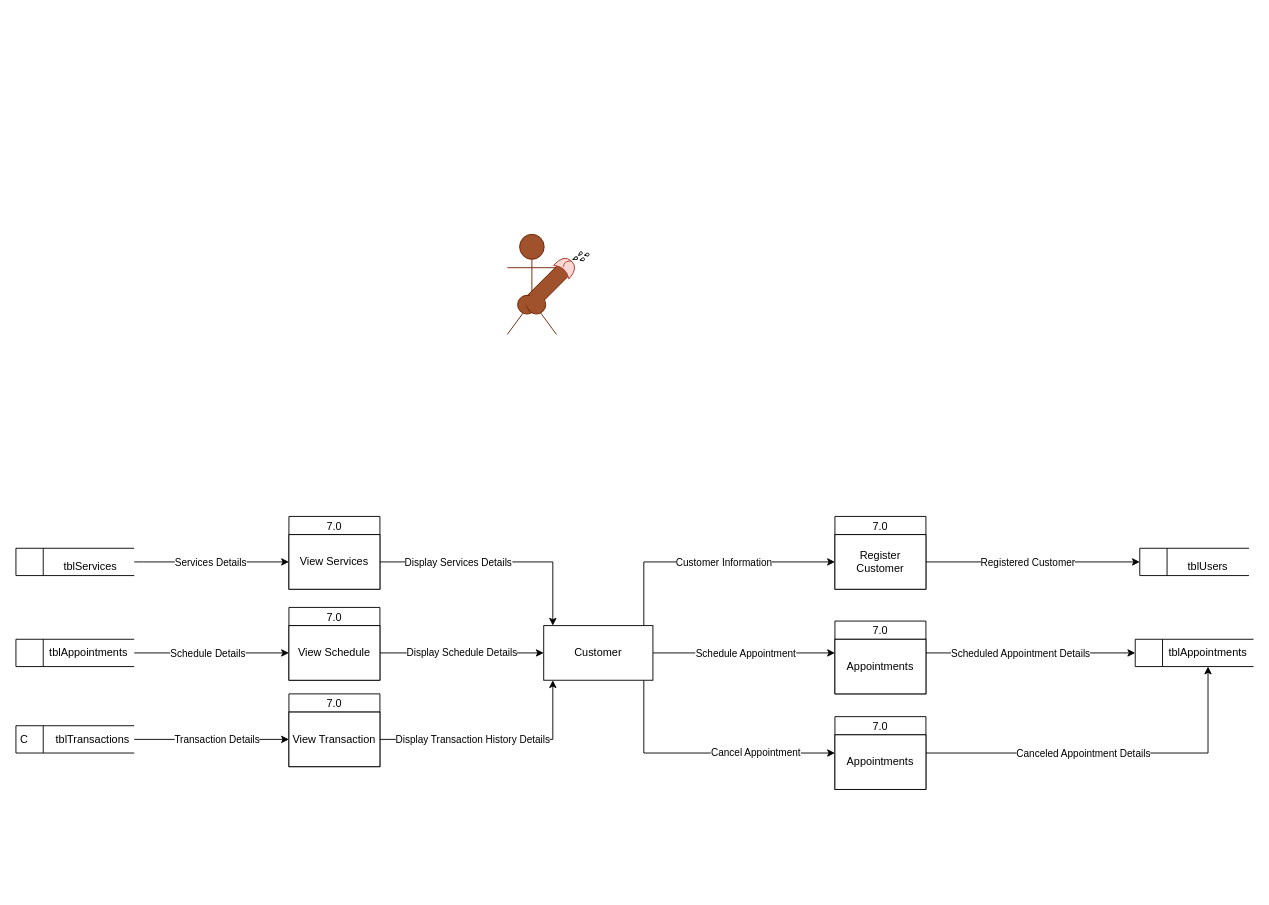
Before: page "Customer" (4 of 5) of Diagrams/Data flow.drawio in iampotato16/AppointCut, a draw.io diagram. Source tidied: cells renumbered, new cells numbered last; positions are measured from the earlier drawing's top-left corner, leaving out a move shared by most shapes. Both pictures are drawn from the tidied source at 91%, with x=0, y=0 at pixel (15, 234).
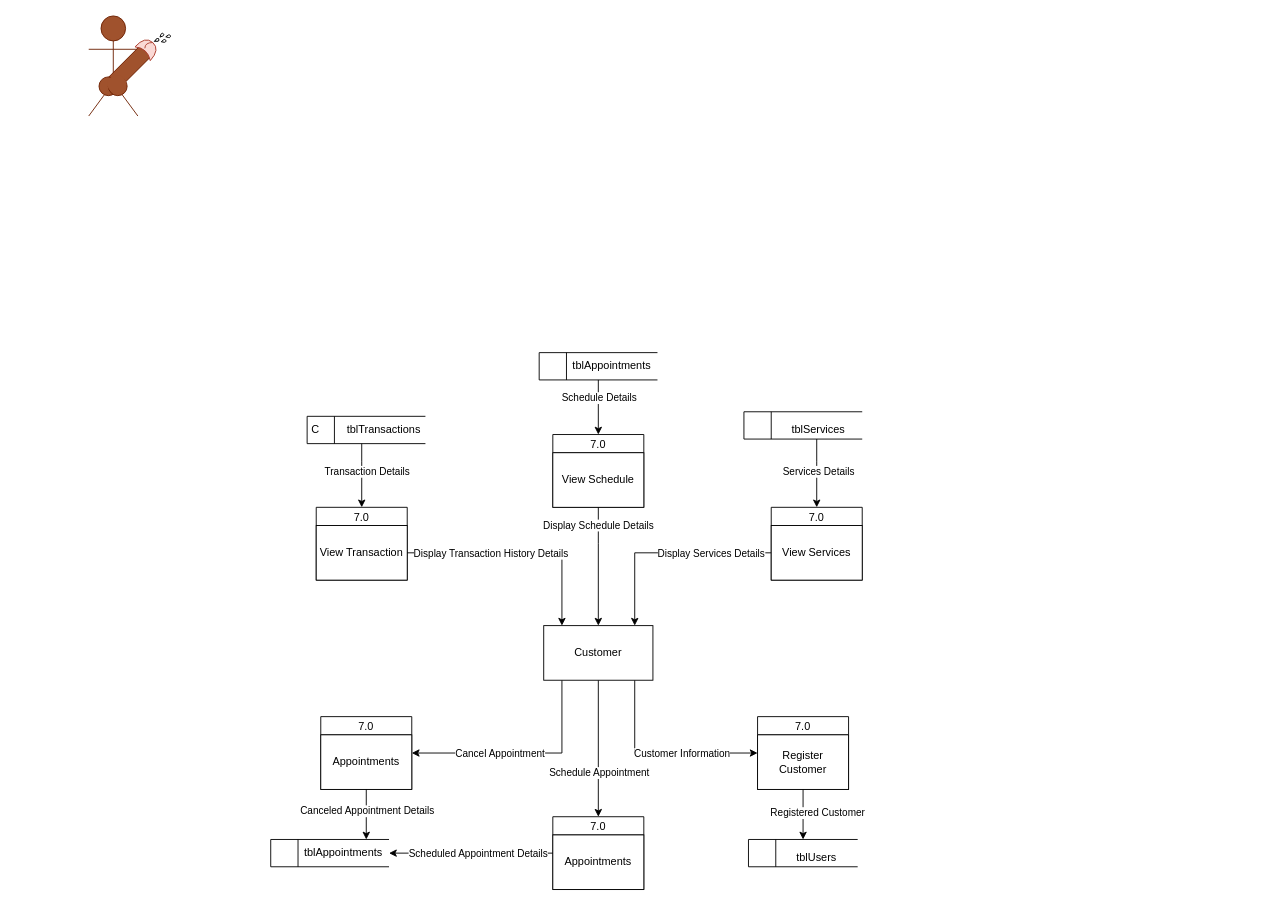
Above is the later version.

The change refers to these unchanged cells:
```xml
<mxCell id="21" value="&lt;div&gt;Customer&lt;/div&gt;" style="rounded=0;whiteSpace=wrap;html=1;" parent="1" vertex="1">
  <mxGeometry x="580" y="430" width="120" height="60" as="geometry" />
</mxCell>
<mxCell id="43" value="tblAppointments" style="text;html=1;strokeColor=none;fillColor=none;align=center;verticalAlign=middle;whiteSpace=wrap;rounded=0;sketch=0;" parent="41" vertex="1">
  <mxGeometry x="30" width="100" height="30" as="geometry" />
</mxCell>
<mxCell id="49" style="html=1;dashed=0;whitespace=wrap;shape=mxgraph.dfd.dataStoreID;align=left;spacingLeft=3;points=[[0,0],[0.5,0],[1,0],[0,0.5],[1,0.5],[0,1],[0.5,1],[1,1]];sketch=0;" parent="48" vertex="1">
  <mxGeometry y="-5" width="130" height="30" as="geometry" />
</mxCell>
<mxCell id="50" value="tblServices" style="text;html=1;strokeColor=none;fillColor=none;align=center;verticalAlign=middle;whiteSpace=wrap;rounded=0;sketch=0;" parent="48" vertex="1">
  <mxGeometry x="32.5" width="97.5" height="30" as="geometry" />
</mxCell>
<mxCell id="59" value="tblTransactions" style="text;html=1;strokeColor=none;fillColor=none;align=center;verticalAlign=middle;whiteSpace=wrap;rounded=0;sketch=0;" parent="57" vertex="1">
  <mxGeometry x="39" width="91" height="30" as="geometry" />
</mxCell>
<mxCell id="61" value="View Transaction" style="rounded=0;whiteSpace=wrap;html=1;" parent="60" vertex="1">
  <mxGeometry y="20" width="100" height="60" as="geometry" />
</mxCell>
```

Diff of the diagram source:
```diff
@@
     <mxCell id="2" style="group;" parent="1" vertex="1">
-      <mxGeometry x="540" width="90" height="110" as="geometry" />
+      <mxGeometry x="80" y="-240" width="90" height="110" as="geometry" />
     </mxCell>
@@
-    <mxCell id="15" style="edgeStyle=orthogonalEdgeStyle;rounded=0;jettySize=auto;html=1;" parent="1" edge="1" source="21" target="23">
+    <mxCell id="15" style="edgeStyle=orthogonalEdgeStyle;rounded=0;jettySize=auto;html=1;" parent="1" edge="1" source="21" target="66">
       <mxGeometry relative="1" as="geometry">
         <Array as="points">
-          <mxPoint x="690" y="360" />
+          <mxPoint x="680" y="570" />
         </Array>
       </mxGeometry>
     </mxCell>
@@
-    <mxCell id="17" style="edgeStyle=orthogonalEdgeStyle;rounded=0;jettySize=auto;html=1;" parent="1" edge="1" source="21" target="31">
+    <mxCell id="17" style="edgeStyle=orthogonalEdgeStyle;rounded=0;jettySize=auto;html=1;" parent="1" edge="1" source="21" target="68">
       <mxGeometry relative="1" as="geometry">
         <Array as="points">
-          <mxPoint x="800" y="460" />
-          <mxPoint x="800" y="460" />
+          <mxPoint x="640" y="490" />
         </Array>
       </mxGeometry>
     </mxCell>
     <mxCell id="18" value="Schedule Appointment" style="edgeLabel;html=1;align=center;verticalAlign=middle;" parent="17" vertex="1">
       <mxGeometry x="-0.27" relative="1" as="geometry">
-        <mxPoint x="28" as="offset" />
+        <mxPoint y="46" as="offset" />
       </mxGeometry>
     </mxCell>
-    <mxCell id="19" style="edgeStyle=orthogonalEdgeStyle;rounded=0;jettySize=auto;html=1;" parent="1" edge="1" source="21" target="38">
+    <mxCell id="19" style="edgeStyle=orthogonalEdgeStyle;rounded=0;jettySize=auto;html=1;" parent="1" edge="1" source="21" target="72">
       <mxGeometry relative="1" as="geometry">
         <Array as="points">
-          <mxPoint x="690" y="570" />
+          <mxPoint x="600" y="570" />
         </Array>
       </mxGeometry>
     </mxCell>
     <mxCell id="20" value="Cancel Appointment" style="edgeLabel;html=1;align=center;verticalAlign=middle;" parent="19" vertex="1">
       <mxGeometry x="0.13" y="1" relative="1" as="geometry">
-        <mxPoint x="38" as="offset" />
+        <mxPoint x="-11" y="-1" as="offset" />
       </mxGeometry>
     </mxCell>
@@
-    <mxCell id="22" value="7.0" style="swimlane;fontStyle=0;horizontal=1;startSize=20;fillColor=#ffffff;swimlaneFillColor=#ffffff;" parent="1" vertex="1">
-      <mxGeometry x="900" y="310" width="100" height="80" as="geometry" />
-    </mxCell>
-    <mxCell id="23" value="Register Customer" style="rounded=0;whiteSpace=wrap;html=1;" parent="22" vertex="1">
-      <mxGeometry y="20" width="100" height="60" as="geometry" />
-    </mxCell>
-    <mxCell id="24" style="edgeStyle=orthogonalEdgeStyle;rounded=0;jettySize=auto;html=1;" parent="1" edge="1" source="23" target="27">
-      <mxGeometry relative="1" as="geometry" />
-    </mxCell>
-    <mxCell id="25" value="Registered Customer" style="edgeLabel;html=1;align=center;verticalAlign=middle;" parent="24" vertex="1">
-      <mxGeometry x="-0.17" y="2" relative="1" as="geometry">
-        <mxPoint x="13" y="2" as="offset" />
-      </mxGeometry>
-    </mxCell>
-    <mxCell id="26" style="group;" parent="1" vertex="1">
-      <mxGeometry x="1235" y="350" width="120" height="30" as="geometry" />
-    </mxCell>
-    <mxCell id="27" style="html=1;dashed=0;whitespace=wrap;shape=mxgraph.dfd.dataStoreID;align=left;spacingLeft=3;points=[[0,0],[0.5,0],[1,0],[0,0.5],[1,0.5],[0,1],[0.5,1],[1,1]];sketch=0;" parent="26" vertex="1">
-      <mxGeometry y="-5" width="120" height="30" as="geometry" />
-    </mxCell>
-    <mxCell id="28" value="tblUsers" style="text;html=1;strokeColor=none;fillColor=none;align=center;verticalAlign=middle;whiteSpace=wrap;rounded=0;sketch=0;" parent="26" vertex="1">
-      <mxGeometry x="30" width="90" height="30" as="geometry" />
-    </mxCell>
     <mxCell id="29" value="7.0" style="swimlane;fontStyle=0;horizontal=1;startSize=20;fillColor=#ffffff;swimlaneFillColor=#ffffff;" parent="1" vertex="1">
-      <mxGeometry x="300" y="410" width="100" height="80" as="geometry" />
+      <mxGeometry x="590" y="220" width="100" height="80" as="geometry" />
     </mxCell>
-    <mxCell id="30" value="7.0" style="swimlane;fontStyle=0;horizontal=1;startSize=20;fillColor=#ffffff;swimlaneFillColor=#ffffff;" parent="1" vertex="1">
-      <mxGeometry x="900" y="425" width="100" height="80" as="geometry" />
-    </mxCell>
-    <mxCell id="31" value="Appointments" style="rounded=0;whiteSpace=wrap;html=1;" parent="30" vertex="1">
-      <mxGeometry y="20" width="100" height="60" as="geometry" />
-    </mxCell>
-    <mxCell id="32" style="group;" parent="1" vertex="1">
-      <mxGeometry x="1230" y="445" width="130" height="30" as="geometry" />
-    </mxCell>
-    <mxCell id="33" style="html=1;dashed=0;whitespace=wrap;shape=mxgraph.dfd.dataStoreID;align=left;spacingLeft=3;points=[[0,0],[0.5,0],[1,0],[0,0.5],[1,0.5],[0,1],[0.5,1],[1,1]];sketch=0;" parent="32" vertex="1">
-      <mxGeometry width="130" height="30" as="geometry" />
-    </mxCell>
-    <mxCell id="34" value="tblAppointments" style="text;html=1;strokeColor=none;fillColor=none;align=center;verticalAlign=middle;whiteSpace=wrap;rounded=0;sketch=0;" parent="32" vertex="1">
-      <mxGeometry x="30" width="100" height="30" as="geometry" />
-    </mxCell>
-    <mxCell id="35" style="edgeStyle=orthogonalEdgeStyle;rounded=0;jettySize=auto;html=1;" parent="1" edge="1" source="31" target="33">
-      <mxGeometry relative="1" as="geometry">
-        <Array as="points">
-          <mxPoint x="1210" y="460" />
-          <mxPoint x="1210" y="460" />
-        </Array>
-      </mxGeometry>
-    </mxCell>
-    <mxCell id="36" value="Scheduled Appointment Details" style="edgeLabel;html=1;align=center;verticalAlign=middle;" parent="35" vertex="1">
-      <mxGeometry x="-0.34" y="1" relative="1" as="geometry">
-        <mxPoint x="27" y="1" as="offset" />
-      </mxGeometry>
-    </mxCell>
-    <mxCell id="37" value="7.0" style="swimlane;fontStyle=0;horizontal=1;startSize=20;fillColor=#ffffff;swimlaneFillColor=#ffffff;" parent="1" vertex="1">
-      <mxGeometry x="900" y="530" width="100" height="80" as="geometry" />
-    </mxCell>
-    <mxCell id="38" value="Appointments" style="rounded=0;whiteSpace=wrap;html=1;" parent="37" vertex="1">
-      <mxGeometry y="20" width="100" height="60" as="geometry" />
-    </mxCell>
-    <mxCell id="39" style="edgeStyle=orthogonalEdgeStyle;rounded=0;jettySize=auto;html=1;" parent="1" edge="1" source="38" target="34">
-      <mxGeometry relative="1" as="geometry">
-        <Array as="points">
-          <mxPoint x="1310" y="570" />
-        </Array>
-      </mxGeometry>
-    </mxCell>
-    <mxCell id="40" value="Canceled Appointment Details" style="edgeLabel;html=1;align=center;verticalAlign=middle;" parent="39" vertex="1">
-      <mxGeometry x="-0.15" relative="1" as="geometry" />
-    </mxCell>
     <mxCell id="41" style="group;" parent="1" vertex="1">
-      <mxGeometry y="445" width="130" height="30" as="geometry" />
+      <mxGeometry x="575" y="130" width="130" height="30" as="geometry" />
     </mxCell>
@@
     <mxCell id="44" value="View Schedule" style="rounded=0;whiteSpace=wrap;html=1;" parent="1" vertex="1">
-      <mxGeometry x="300" y="430" width="100" height="60" as="geometry" />
+      <mxGeometry x="590" y="240" width="100" height="60" as="geometry" />
     </mxCell>
-    <mxCell id="45" style="edgeStyle=orthogonalEdgeStyle;rounded=0;jettySize=auto;html=1;" parent="1" edge="1" source="43" target="44">
+    <mxCell id="45" style="edgeStyle=orthogonalEdgeStyle;rounded=0;jettySize=auto;html=1;" parent="1" edge="1" source="43" target="29">
       <mxGeometry relative="1" as="geometry">
         <Array as="points">
-          <mxPoint x="130" y="460" />
-          <mxPoint x="130" y="460" />
+          <mxPoint x="640" y="180" />
+          <mxPoint x="640" y="180" />
         </Array>
       </mxGeometry>
     </mxCell>
     <mxCell id="46" value="Schedule Details" style="edgeLabel;html=1;align=center;verticalAlign=middle;" parent="45" vertex="1">
       <mxGeometry x="0.33" y="1" relative="1" as="geometry">
-        <mxPoint x="-33" y="1" as="offset" />
+        <mxPoint x="-1" y="-21" as="offset" />
       </mxGeometry>
     </mxCell>
     <mxCell id="47" value="Display Schedule Details" style="edgeStyle=orthogonalEdgeStyle;rounded=0;jettySize=auto;html=1;" parent="1" edge="1" source="44" target="21">
-      <mxGeometry relative="1" as="geometry" />
+      <mxGeometry x="-0.69" relative="1" as="geometry">
+        <Array as="points">
+          <mxPoint x="640" y="340" />
+          <mxPoint x="640" y="340" />
+        </Array>
+      </mxGeometry>
     </mxCell>
     <mxCell id="48" style="group;" parent="1" vertex="1">
-      <mxGeometry y="350" width="130" height="30" as="geometry" />
+      <mxGeometry x="800" y="200" width="130" height="30" as="geometry" />
     </mxCell>
@@
     <mxCell id="51" value="7.0" style="swimlane;fontStyle=0;horizontal=1;startSize=20;fillColor=#ffffff;swimlaneFillColor=#ffffff;" parent="1" vertex="1">
-      <mxGeometry x="300" y="310" width="100" height="80" as="geometry" />
+      <mxGeometry x="830" y="300" width="100" height="80" as="geometry" />
     </mxCell>
     <mxCell id="52" style="edgeStyle=orthogonalEdgeStyle;rounded=0;jettySize=auto;html=1;" parent="1" edge="1" source="54" target="21">
       <mxGeometry relative="1" as="geometry">
         <Array as="points">
-          <mxPoint x="590" y="360" />
+          <mxPoint x="680" y="350" />
         </Array>
       </mxGeometry>
     </mxCell>
     <mxCell id="53" value="Display Services Details" style="edgeLabel;html=1;align=center;verticalAlign=middle;" parent="52" vertex="1">
       <mxGeometry x="-0.58" relative="1" as="geometry">
-        <mxPoint x="30" as="offset" />
+        <mxPoint x="-19" as="offset" />
       </mxGeometry>
     </mxCell>
     <mxCell id="54" value="View Services" style="rounded=0;whiteSpace=wrap;html=1;" parent="1" vertex="1">
-      <mxGeometry x="300" y="330" width="100" height="60" as="geometry" />
+      <mxGeometry x="830" y="320" width="100" height="60" as="geometry" />
     </mxCell>
-    <mxCell id="55" style="edgeStyle=orthogonalEdgeStyle;rounded=0;jettySize=auto;html=1;" parent="1" edge="1" source="50" target="54">
+    <mxCell id="55" style="edgeStyle=orthogonalEdgeStyle;rounded=0;jettySize=auto;html=1;" parent="1" edge="1" source="49" target="51">
       <mxGeometry relative="1" as="geometry">
         <Array as="points">
-          <mxPoint x="140" y="360" />
-          <mxPoint x="140" y="360" />
+          <mxPoint x="880" y="250" />
+          <mxPoint x="880" y="250" />
         </Array>
       </mxGeometry>
     </mxCell>
     <mxCell id="56" value="Services Details" style="edgeLabel;html=1;align=center;verticalAlign=middle;" parent="55" vertex="1">
       <mxGeometry x="-0.36" y="-1" relative="1" as="geometry">
-        <mxPoint x="29" y="-1" as="offset" />
+        <mxPoint x="2" y="11" as="offset" />
       </mxGeometry>
     </mxCell>
     <mxCell id="57" style="group;" parent="1" vertex="1">
-      <mxGeometry y="540" width="130" height="30" as="geometry" />
+      <mxGeometry x="320" y="200" width="130" height="30" as="geometry" />
     </mxCell>
@@
     <mxCell id="60" value="7.0" style="swimlane;fontStyle=0;horizontal=1;startSize=20;fillColor=#ffffff;swimlaneFillColor=#ffffff;" parent="1" vertex="1">
-      <mxGeometry x="300" y="505" width="100" height="80" as="geometry" />
+      <mxGeometry x="330" y="300" width="100" height="80" as="geometry" />
     </mxCell>
@@
-    <mxCell id="62" style="edgeStyle=orthogonalEdgeStyle;rounded=0;jettySize=auto;html=1;" parent="1" edge="1" source="59" target="61">
-      <mxGeometry relative="1" as="geometry" />
+    <mxCell id="62" style="edgeStyle=orthogonalEdgeStyle;rounded=0;jettySize=auto;html=1;" parent="1" edge="1" source="59" target="60">
+      <mxGeometry relative="1" as="geometry">
+        <Array as="points">
+          <mxPoint x="380" y="250" />
+          <mxPoint x="380" y="250" />
+        </Array>
+      </mxGeometry>
     </mxCell>
     <mxCell id="63" value="Transaction Details" style="edgeLabel;html=1;align=center;verticalAlign=middle;" parent="62" vertex="1">
       <mxGeometry x="-0.34" relative="1" as="geometry">
-        <mxPoint x="34" as="offset" />
+        <mxPoint x="5" y="7" as="offset" />
       </mxGeometry>
     </mxCell>
     <mxCell id="64" style="edgeStyle=orthogonalEdgeStyle;rounded=0;jettySize=auto;html=1;" parent="1" edge="1" source="61" target="21">
       <mxGeometry relative="1" as="geometry">
         <Array as="points">
-          <mxPoint x="590" y="555" />
+          <mxPoint x="600" y="350" />
         </Array>
       </mxGeometry>
     </mxCell>
     <mxCell id="65" value="Display Transaction History Details" style="edgeLabel;html=1;align=center;verticalAlign=middle;" parent="64" vertex="1">
       <mxGeometry x="-0.42" y="-1" relative="1" as="geometry">
-        <mxPoint x="27" y="-1" as="offset" />
+        <mxPoint x="18" y="-1" as="offset" />
       </mxGeometry>
     </mxCell>
+    <mxCell id="66" value="7.0" style="swimlane;fontStyle=0;horizontal=1;startSize=20;fillColor=#ffffff;swimlaneFillColor=#ffffff;" parent="1" vertex="1">
+      <mxGeometry x="815" y="530" width="100" height="80" as="geometry" />
+    </mxCell>
+    <mxCell id="23" value="Register Customer" style="rounded=0;whiteSpace=wrap;html=1;" parent="66" vertex="1">
+      <mxGeometry y="20" width="100" height="60" as="geometry" />
+    </mxCell>
+    <mxCell id="24" style="edgeStyle=orthogonalEdgeStyle;rounded=0;jettySize=auto;html=1;" parent="1" edge="1" source="23" target="27">
+      <mxGeometry relative="1" as="geometry" />
+    </mxCell>
+    <mxCell id="25" value="Registered Customer" style="edgeLabel;html=1;align=center;verticalAlign=middle;" parent="24" vertex="1">
+      <mxGeometry x="-0.17" y="2" relative="1" as="geometry">
+        <mxPoint x="13" y="2" as="offset" />
+      </mxGeometry>
+    </mxCell>
+    <mxCell id="67" style="group;" parent="1" vertex="1">
+      <mxGeometry x="805" y="670" width="120" height="30" as="geometry" />
+    </mxCell>
+    <mxCell id="27" style="html=1;dashed=0;whitespace=wrap;shape=mxgraph.dfd.dataStoreID;align=left;spacingLeft=3;points=[[0,0],[0.5,0],[1,0],[0,0.5],[1,0.5],[0,1],[0.5,1],[1,1]];sketch=0;" parent="67" vertex="1">
+      <mxGeometry y="-5" width="120" height="30" as="geometry" />
+    </mxCell>
+    <mxCell id="28" value="tblUsers" style="text;html=1;strokeColor=none;fillColor=none;align=center;verticalAlign=middle;whiteSpace=wrap;rounded=0;sketch=0;" parent="67" vertex="1">
+      <mxGeometry x="30" width="90" height="30" as="geometry" />
+    </mxCell>
+    <mxCell id="68" value="7.0" style="swimlane;fontStyle=0;horizontal=1;startSize=20;fillColor=#ffffff;swimlaneFillColor=#ffffff;" parent="1" vertex="1">
+      <mxGeometry x="590" y="640" width="100" height="80" as="geometry" />
+    </mxCell>
+    <mxCell id="69" value="Appointments" style="rounded=0;whiteSpace=wrap;html=1;" parent="68" vertex="1">
+      <mxGeometry y="20" width="100" height="60" as="geometry" />
+    </mxCell>
+    <mxCell id="70" style="group;" parent="1" vertex="1">
+      <mxGeometry x="280" y="665" width="130" height="30" as="geometry" />
+    </mxCell>
+    <mxCell id="33" style="html=1;dashed=0;whitespace=wrap;shape=mxgraph.dfd.dataStoreID;align=left;spacingLeft=3;points=[[0,0],[0.5,0],[1,0],[0,0.5],[1,0.5],[0,1],[0.5,1],[1,1]];sketch=0;" parent="70" vertex="1">
+      <mxGeometry width="130" height="30" as="geometry" />
+    </mxCell>
+    <mxCell id="34" value="tblAppointments" style="text;html=1;strokeColor=none;fillColor=none;align=center;verticalAlign=middle;whiteSpace=wrap;rounded=0;sketch=0;" parent="70" vertex="1">
+      <mxGeometry x="30" width="100" height="30" as="geometry" />
+    </mxCell>
+    <mxCell id="71" style="edgeStyle=orthogonalEdgeStyle;rounded=0;jettySize=auto;html=1;" parent="1" edge="1" source="69" target="34">
+      <mxGeometry relative="1" as="geometry">
+        <Array as="points">
+          <mxPoint x="520" y="680" />
+          <mxPoint x="520" y="680" />
+        </Array>
+      </mxGeometry>
+    </mxCell>
+    <mxCell id="36" value="Scheduled Appointment Details" style="edgeLabel;html=1;align=center;verticalAlign=middle;" parent="71" vertex="1">
+      <mxGeometry x="-0.34" y="1" relative="1" as="geometry">
+        <mxPoint x="-24" y="-1" as="offset" />
+      </mxGeometry>
+    </mxCell>
+    <mxCell id="72" value="7.0" style="swimlane;fontStyle=0;horizontal=1;startSize=20;fillColor=#ffffff;swimlaneFillColor=#ffffff;" parent="1" vertex="1">
+      <mxGeometry x="335" y="530" width="100" height="80" as="geometry" />
+    </mxCell>
+    <mxCell id="73" value="Appointments" style="rounded=0;whiteSpace=wrap;html=1;" parent="72" vertex="1">
+      <mxGeometry y="20" width="100" height="60" as="geometry" />
+    </mxCell>
+    <mxCell id="74" style="edgeStyle=orthogonalEdgeStyle;rounded=0;jettySize=auto;html=1;" parent="1" edge="1" source="73" target="34">
+      <mxGeometry relative="1" as="geometry">
+        <Array as="points">
+          <mxPoint x="385" y="660" />
+          <mxPoint x="385" y="660" />
+        </Array>
+      </mxGeometry>
+    </mxCell>
+    <mxCell id="40" value="Canceled Appointment Details" style="edgeLabel;html=1;align=center;verticalAlign=middle;" parent="74" vertex="1">
+      <mxGeometry x="-0.15" relative="1" as="geometry" />
+    </mxCell>
```
